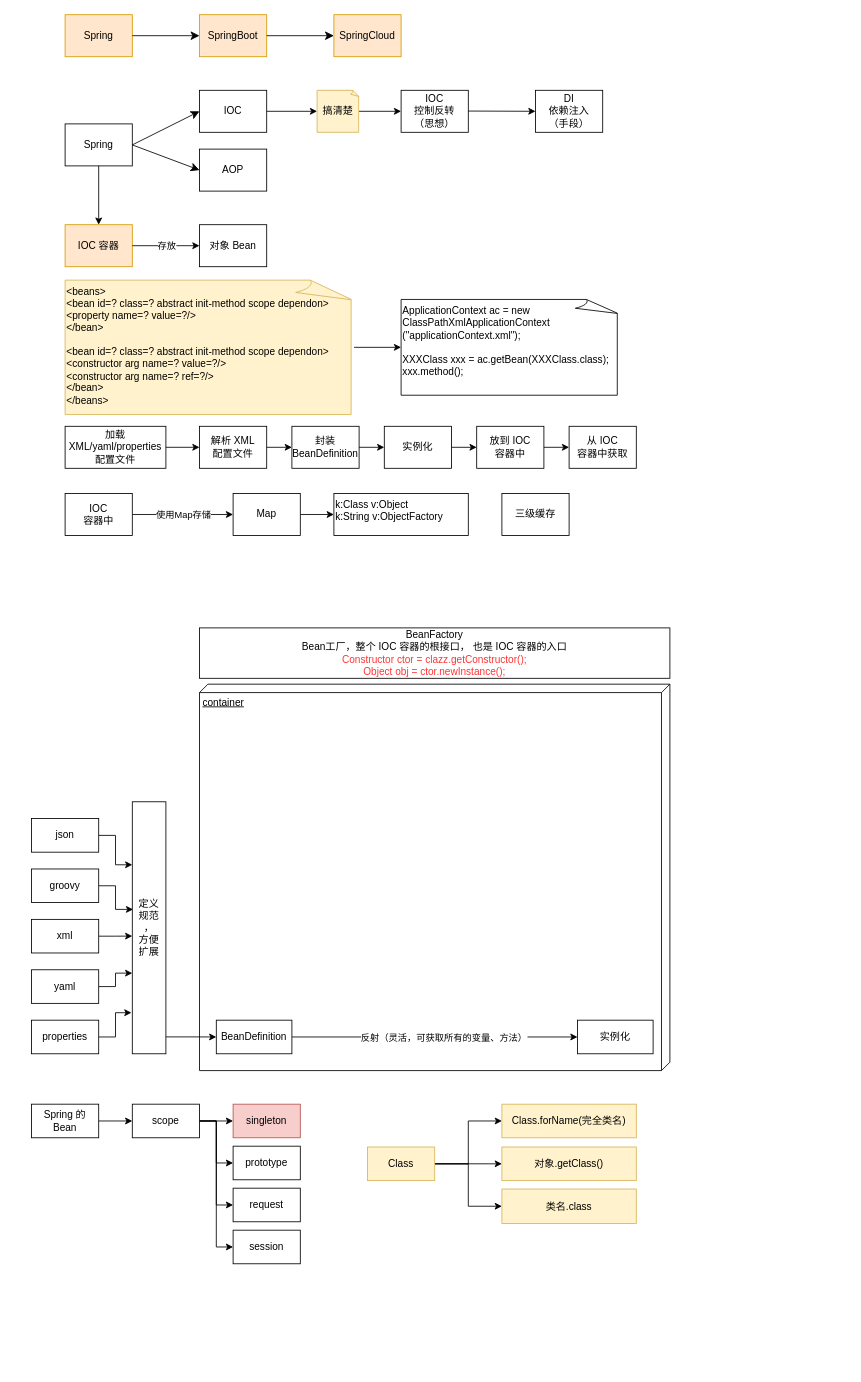
Earlier version of the draw.io diagram read_code/Spring-001.drawio (zhaolisong/UMLs). Source tidied: cells renumbered, new cells numbered last; positions are measured from the earlier drawing's top-left corner, leaving out a move shared by most shapes. Both pictures are drawn from the tidied source at 84%, with x=0, y=0 at pixel (31, 14).
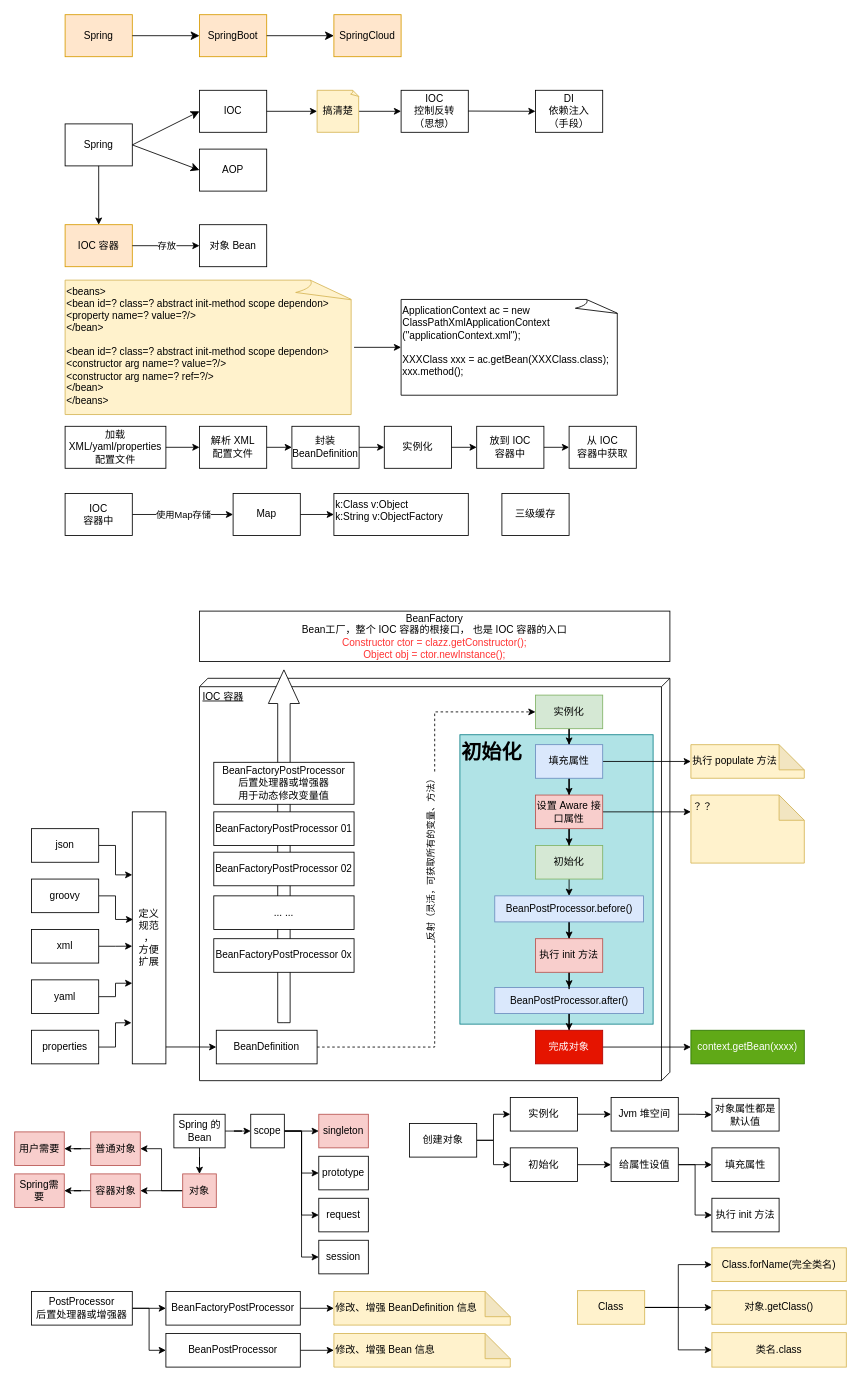
The same diagram, later.

The edit, as a diff of the source:
```diff
@@
+    <mxCell id="44" value="IOC 容器" style="verticalAlign=top;align=left;spacingTop=8;spacingLeft=2;spacingRight=12;shape=cube;size=10;direction=south;fontStyle=4;html=1;" parent="1" vertex="1">
+      <mxGeometry x="200" y="790" width="560" height="479" as="geometry" />
+    </mxCell>
+    <mxCell id="80" value="&lt;font style=&quot;font-size: 24px&quot;&gt;&lt;b&gt;初始化&lt;/b&gt;&lt;/font&gt;" style="rounded=0;whiteSpace=wrap;html=1;fillColor=#b0e3e6;strokeColor=#0e8088;align=left;verticalAlign=top;" parent="1" vertex="1">
+      <mxGeometry x="510" y="857.2" width="230" height="344.5" as="geometry" />
+    </mxCell>
@@
-    <mxCell id="44" value="container" style="verticalAlign=top;align=left;spacingTop=8;spacingLeft=2;spacingRight=12;shape=cube;size=10;direction=south;fontStyle=4;html=1;" parent="1" vertex="1">
-      <mxGeometry x="200" y="797" width="560" height="460" as="geometry" />
-    </mxCell>
@@
     <mxCell id="46" value="groovy" style="rounded=0;whiteSpace=wrap;html=1;" parent="1" vertex="1">
-      <mxGeometry y="1017" width="80" height="40" as="geometry" />
+      <mxGeometry y="1029" width="80" height="40" as="geometry" />
     </mxCell>
@@
     <mxCell id="48" value="xml" style="rounded=0;whiteSpace=wrap;html=1;" parent="1" vertex="1">
-      <mxGeometry y="1077" width="80" height="40" as="geometry" />
+      <mxGeometry y="1089" width="80" height="40" as="geometry" />
     </mxCell>
@@
     <mxCell id="50" value="yaml" style="rounded=0;whiteSpace=wrap;html=1;" parent="1" vertex="1">
-      <mxGeometry y="1137" width="80" height="40" as="geometry" />
+      <mxGeometry y="1149" width="80" height="40" as="geometry" />
     </mxCell>
@@
     <mxCell id="52" value="properties" style="rounded=0;whiteSpace=wrap;html=1;" parent="1" vertex="1">
-      <mxGeometry y="1197" width="80" height="40" as="geometry" />
+      <mxGeometry y="1209" width="80" height="40" as="geometry" />
     </mxCell>
@@
     <mxCell id="54" value="json" style="rounded=0;whiteSpace=wrap;html=1;" parent="1" vertex="1">
-      <mxGeometry y="957" width="80" height="40" as="geometry" />
+      <mxGeometry y="969" width="80" height="40" as="geometry" />
     </mxCell>
@@
     <mxCell id="56" value="定义&lt;br&gt;规范&lt;br&gt;，&lt;br&gt;方便&lt;br&gt;扩展" style="rounded=0;whiteSpace=wrap;html=1;" parent="1" vertex="1">
-      <mxGeometry x="120" y="937" width="40" height="300" as="geometry" />
+      <mxGeometry x="120" y="949" width="40" height="300" as="geometry" />
     </mxCell>
-    <mxCell id="57" style="edgeStyle=orthogonalEdgeStyle;rounded=0;jettySize=auto;html=1;endArrow=classic;endFill=1;entryX=0;entryY=0.5;entryDx=0;entryDy=0;" parent="1" edge="1" source="59" target="62">
-      <mxGeometry relative="1" as="geometry" />
+    <mxCell id="57" style="edgeStyle=orthogonalEdgeStyle;rounded=0;jettySize=auto;html=1;endArrow=classic;endFill=1;entryX=0;entryY=0.5;entryDx=0;entryDy=0;dashed=1;" parent="1" edge="1" source="59" target="62">
+      <mxGeometry relative="1" as="geometry">
+        <Array as="points">
+          <mxPoint x="480" y="1229" />
+          <mxPoint x="480" y="830" />
+        </Array>
+      </mxGeometry>
     </mxCell>
-    <mxCell id="58" value="反射（灵活，可获取所有的变量、方法）" style="edgeLabel;html=1;align=center;verticalAlign=middle;" parent="57" vertex="1">
+    <mxCell id="58" value="反射（灵活，可获取所有的变量、方法）" style="edgeLabel;html=1;align=center;verticalAlign=middle;horizontal=0;" parent="57" vertex="1">
       <mxGeometry x="0.22" y="1" relative="1" as="geometry">
-        <mxPoint x="-27" y="1" as="offset" />
+        <mxPoint x="-4" y="38" as="offset" />
       </mxGeometry>
     </mxCell>
     <mxCell id="59" value="BeanDefinition" style="rounded=0;whiteSpace=wrap;html=1;" parent="1" vertex="1">
-      <mxGeometry x="220" y="1197" width="90" height="40" as="geometry" />
+      <mxGeometry x="220" y="1209" width="120" height="40" as="geometry" />
     </mxCell>
@@
+    <mxCell id="81" style="edgeStyle=orthogonalEdgeStyle;rounded=0;jettySize=auto;html=1;entryX=0.5;entryY=0;entryDx=0;entryDy=0;fontSize=24;fontColor=#FF3333;endArrow=classic;endFill=1;" parent="1" edge="1" source="61" target="134">
+      <mxGeometry relative="1" as="geometry" />
+    </mxCell>
     <mxCell id="61" value="Spring 的 Bean" style="rounded=0;whiteSpace=wrap;html=1;" parent="1" vertex="1">
-      <mxGeometry y="1297" width="80" height="40" as="geometry" />
+      <mxGeometry x="169.5" y="1309" width="61" height="40" as="geometry" />
     </mxCell>
+    <mxCell id="82" style="edgeStyle=orthogonalEdgeStyle;rounded=0;jettySize=auto;html=1;fontColor=#FF3333;endArrow=classic;endFill=1;" parent="1" edge="1" source="62" target="117">
+      <mxGeometry relative="1" as="geometry" />
+    </mxCell>
-    <mxCell id="62" value="实例化" style="rounded=0;whiteSpace=wrap;html=1;" parent="1" vertex="1">
-      <mxGeometry x="650" y="1197" width="90" height="40" as="geometry" />
+    <mxCell id="62" value="实例化" style="rounded=0;whiteSpace=wrap;html=1;fillColor=#d5e8d4;strokeColor=#82b366;" parent="1" vertex="1">
+      <mxGeometry x="600" y="810" width="80" height="40" as="geometry" />
     </mxCell>
@@
     <mxCell id="67" value="scope" style="rounded=0;whiteSpace=wrap;html=1;" parent="1" vertex="1">
-      <mxGeometry x="120" y="1297" width="80" height="40" as="geometry" />
+      <mxGeometry x="261" y="1309" width="40" height="40" as="geometry" />
     </mxCell>
     <mxCell id="68" value="singleton" style="rounded=0;whiteSpace=wrap;html=1;fillColor=#f8cecc;strokeColor=#b85450;" parent="1" vertex="1">
-      <mxGeometry x="240" y="1297" width="80" height="40" as="geometry" />
+      <mxGeometry x="342" y="1309" width="59" height="40" as="geometry" />
     </mxCell>
     <mxCell id="69" value="prototype" style="rounded=0;whiteSpace=wrap;html=1;" parent="1" vertex="1">
-      <mxGeometry x="240" y="1347" width="80" height="40" as="geometry" />
+      <mxGeometry x="342" y="1359" width="59" height="40" as="geometry" />
     </mxCell>
     <mxCell id="70" value="request" style="rounded=0;whiteSpace=wrap;html=1;" parent="1" vertex="1">
-      <mxGeometry x="240" y="1397" width="80" height="40" as="geometry" />
+      <mxGeometry x="342" y="1409" width="59" height="40" as="geometry" />
     </mxCell>
     <mxCell id="71" value="session" style="rounded=0;whiteSpace=wrap;html=1;" parent="1" vertex="1">
-      <mxGeometry x="240" y="1447" width="80" height="40" as="geometry" />
+      <mxGeometry x="342" y="1459" width="59" height="40" as="geometry" />
     </mxCell>
@@
     <mxCell id="75" value="Class" style="rounded=0;whiteSpace=wrap;html=1;fillColor=#fff2cc;strokeColor=#d6b656;" parent="1" vertex="1">
-      <mxGeometry x="400" y="1348" width="80" height="40" as="geometry" />
+      <mxGeometry x="650" y="1519" width="80" height="40" as="geometry" />
     </mxCell>
     <mxCell id="76" value="Class.forName(完全类名)" style="rounded=0;whiteSpace=wrap;html=1;fillColor=#fff2cc;strokeColor=#d6b656;" parent="1" vertex="1">
-      <mxGeometry x="560" y="1297" width="160" height="40" as="geometry" />
+      <mxGeometry x="810" y="1468" width="160" height="40" as="geometry" />
     </mxCell>
     <mxCell id="77" value="对象.getClass()" style="rounded=0;whiteSpace=wrap;html=1;fillColor=#fff2cc;strokeColor=#d6b656;" parent="1" vertex="1">
-      <mxGeometry x="560" y="1348" width="160" height="40" as="geometry" />
+      <mxGeometry x="810" y="1519" width="160" height="40" as="geometry" />
     </mxCell>
     <mxCell id="78" value="类名.class" style="rounded=0;whiteSpace=wrap;html=1;fillColor=#fff2cc;strokeColor=#d6b656;" parent="1" vertex="1">
-      <mxGeometry x="560" y="1398" width="160" height="41" as="geometry" />
+      <mxGeometry x="810" y="1569" width="160" height="41" as="geometry" />
     </mxCell>
     <mxCell id="79" value="BeanFactory&lt;br&gt;Bean工厂，整个&amp;nbsp;IOC&amp;nbsp;容器的根接口， 也是 IOC 容器的入口&lt;br&gt;&lt;font color=&quot;#ff3333&quot;&gt;Constructor ctor = clazz.getConstructor();&lt;br&gt;Object obj = ctor.newInstance();&lt;/font&gt;" style="rounded=0;whiteSpace=wrap;html=1;" parent="1" vertex="1">
-      <mxGeometry x="200" y="730" width="560" height="60" as="geometry" />
+      <mxGeometry x="200" y="710" width="560" height="60" as="geometry" />
     </mxCell>
+    <mxCell id="83" style="html=1;shadow=0;dashed=0;align=center;verticalAlign=middle;shape=mxgraph.arrows2.arrow;dy=0.6;dx=40;direction=north;notch=0;fontColor=#FF3333;" parent="1" vertex="1">
+      <mxGeometry x="282" y="780" width="37" height="420" as="geometry" />
+    </mxCell>
+    <mxCell id="84" value="BeanFactoryPostProcessor&lt;br&gt;后置处理器或增强器&lt;br&gt;用于动态修改变量值" style="rounded=0;whiteSpace=wrap;html=1;" parent="1" vertex="1">
+      <mxGeometry x="217" y="890" width="167" height="50" as="geometry" />
+    </mxCell>
+    <mxCell id="85" style="edgeStyle=orthogonalEdgeStyle;rounded=0;jettySize=auto;html=1;entryX=0;entryY=0.5;entryDx=0;entryDy=0;fontColor=#FF3333;endArrow=classic;endFill=1;" parent="1" edge="1" source="87" target="89">
+      <mxGeometry relative="1" as="geometry" />
+    </mxCell>
+    <mxCell id="86" style="edgeStyle=orthogonalEdgeStyle;rounded=0;jettySize=auto;html=1;entryX=0;entryY=0.5;entryDx=0;entryDy=0;fontColor=#FF3333;endArrow=classic;endFill=1;" parent="1" edge="1" source="87" target="91">
+      <mxGeometry relative="1" as="geometry" />
+    </mxCell>
+    <mxCell id="87" value="PostProcessor&lt;br&gt;后置处理器或增强器" style="rounded=0;whiteSpace=wrap;html=1;" parent="1" vertex="1">
+      <mxGeometry y="1520" width="120" height="40" as="geometry" />
+    </mxCell>
+    <mxCell id="88" style="edgeStyle=orthogonalEdgeStyle;rounded=0;jettySize=auto;html=1;entryX=0;entryY=0.5;entryDx=0;entryDy=0;entryPerimeter=0;fontColor=#FF3333;endArrow=classic;endFill=1;" parent="1" edge="1" source="89" target="92">
+      <mxGeometry relative="1" as="geometry" />
+    </mxCell>
+    <mxCell id="89" value="BeanFactoryPostProcessor" style="rounded=0;whiteSpace=wrap;html=1;" parent="1" vertex="1">
+      <mxGeometry x="160" y="1520" width="160" height="40" as="geometry" />
+    </mxCell>
+    <mxCell id="90" style="edgeStyle=orthogonalEdgeStyle;rounded=0;jettySize=auto;html=1;entryX=0;entryY=0.5;entryDx=0;entryDy=0;entryPerimeter=0;fontColor=#FF3333;endArrow=classic;endFill=1;" parent="1" edge="1" source="91" target="93">
+      <mxGeometry relative="1" as="geometry" />
+    </mxCell>
+    <mxCell id="91" value="BeanPostProcessor" style="rounded=0;whiteSpace=wrap;html=1;" parent="1" vertex="1">
+      <mxGeometry x="160" y="1570" width="160" height="40" as="geometry" />
+    </mxCell>
+    <mxCell id="92" value="修改、增强 BeanDefinition 信息" style="shape=note;whiteSpace=wrap;html=1;backgroundOutline=1;darkOpacity=0.05;fillColor=#fff2cc;strokeColor=#d6b656;align=left;" parent="1" vertex="1">
+      <mxGeometry x="360" y="1520" width="210" height="40" as="geometry" />
+    </mxCell>
+    <mxCell id="93" value="修改、增强 Bean 信息" style="shape=note;whiteSpace=wrap;html=1;backgroundOutline=1;darkOpacity=0.05;fillColor=#fff2cc;strokeColor=#d6b656;align=left;" parent="1" vertex="1">
+      <mxGeometry x="360" y="1570" width="210" height="40" as="geometry" />
+    </mxCell>
+    <mxCell id="94" value="BeanFactoryPostProcessor 01" style="rounded=0;whiteSpace=wrap;html=1;" parent="1" vertex="1">
+      <mxGeometry x="217" y="949" width="167" height="40" as="geometry" />
+    </mxCell>
+    <mxCell id="95" value="BeanFactoryPostProcessor 02" style="rounded=0;whiteSpace=wrap;html=1;" parent="1" vertex="1">
+      <mxGeometry x="217" y="997" width="167" height="40" as="geometry" />
+    </mxCell>
+    <mxCell id="96" value="BeanFactoryPostProcessor 0x" style="rounded=0;whiteSpace=wrap;html=1;" parent="1" vertex="1">
+      <mxGeometry x="217" y="1100" width="167" height="40" as="geometry" />
+    </mxCell>
+    <mxCell id="97" value="... ..." style="rounded=0;whiteSpace=wrap;html=1;" parent="1" vertex="1">
+      <mxGeometry x="217" y="1049" width="167" height="40" as="geometry" />
+    </mxCell>
+    <mxCell id="98" style="edgeStyle=orthogonalEdgeStyle;rounded=0;jettySize=auto;html=1;entryX=0;entryY=0.5;entryDx=0;entryDy=0;fontColor=#FF3333;endArrow=classic;endFill=1;" parent="1" edge="1" source="99" target="103">
+      <mxGeometry relative="1" as="geometry" />
+    </mxCell>
+    <mxCell id="99" value="实例化" style="rounded=0;whiteSpace=wrap;html=1;" parent="1" vertex="1">
+      <mxGeometry x="570" y="1289" width="80" height="40" as="geometry" />
+    </mxCell>
+    <mxCell id="100" style="edgeStyle=orthogonalEdgeStyle;rounded=0;jettySize=auto;html=1;entryX=0;entryY=0.5;entryDx=0;entryDy=0;fontColor=#FF3333;endArrow=classic;endFill=1;" parent="1" edge="1" source="101" target="107">
+      <mxGeometry relative="1" as="geometry" />
+    </mxCell>
+    <mxCell id="101" value="初始化" style="rounded=0;whiteSpace=wrap;html=1;" parent="1" vertex="1">
+      <mxGeometry x="570" y="1349" width="80" height="40" as="geometry" />
+    </mxCell>
+    <mxCell id="102" style="edgeStyle=orthogonalEdgeStyle;rounded=0;jettySize=auto;html=1;entryX=0;entryY=0.5;entryDx=0;entryDy=0;fontColor=#FF3333;endArrow=classic;endFill=1;" parent="1" edge="1" source="103" target="104">
+      <mxGeometry relative="1" as="geometry" />
+    </mxCell>
+    <mxCell id="103" value="Jvm 堆空间" style="rounded=0;whiteSpace=wrap;html=1;" parent="1" vertex="1">
+      <mxGeometry x="690" y="1289" width="80" height="40" as="geometry" />
+    </mxCell>
+    <mxCell id="104" value="对象属性都是默认值" style="rounded=0;whiteSpace=wrap;html=1;" parent="1" vertex="1">
+      <mxGeometry x="810" y="1290" width="80" height="39" as="geometry" />
+    </mxCell>
+    <mxCell id="105" style="edgeStyle=orthogonalEdgeStyle;rounded=0;jettySize=auto;html=1;entryX=0;entryY=0.5;entryDx=0;entryDy=0;fontColor=#FF3333;endArrow=classic;endFill=1;" parent="1" edge="1" source="107" target="108">
+      <mxGeometry relative="1" as="geometry" />
+    </mxCell>
+    <mxCell id="106" style="edgeStyle=orthogonalEdgeStyle;rounded=0;jettySize=auto;html=1;entryX=0;entryY=0.5;entryDx=0;entryDy=0;fontColor=#FF3333;endArrow=classic;endFill=1;" parent="1" edge="1" source="107" target="109">
+      <mxGeometry relative="1" as="geometry" />
+    </mxCell>
+    <mxCell id="107" value="给属性设值" style="rounded=0;whiteSpace=wrap;html=1;" parent="1" vertex="1">
+      <mxGeometry x="690" y="1349" width="80" height="40" as="geometry" />
+    </mxCell>
+    <mxCell id="108" value="填充属性" style="rounded=0;whiteSpace=wrap;html=1;" parent="1" vertex="1">
+      <mxGeometry x="810" y="1349" width="80" height="40" as="geometry" />
+    </mxCell>
+    <mxCell id="109" value="执行 init 方法" style="rounded=0;whiteSpace=wrap;html=1;" parent="1" vertex="1">
+      <mxGeometry x="810" y="1409" width="80" height="40" as="geometry" />
+    </mxCell>
+    <mxCell id="110" style="edgeStyle=orthogonalEdgeStyle;rounded=0;jettySize=auto;html=1;fontColor=#FF3333;endArrow=classic;endFill=1;" parent="1" edge="1" source="112" target="99">
+      <mxGeometry relative="1" as="geometry" />
+    </mxCell>
+    <mxCell id="111" style="edgeStyle=orthogonalEdgeStyle;rounded=0;jettySize=auto;html=1;entryX=0;entryY=0.5;entryDx=0;entryDy=0;fontColor=#FF3333;endArrow=classic;endFill=1;" parent="1" edge="1" source="112" target="101">
+      <mxGeometry relative="1" as="geometry" />
+    </mxCell>
+    <mxCell id="112" value="创建对象" style="rounded=0;whiteSpace=wrap;html=1;" parent="1" vertex="1">
+      <mxGeometry x="450" y="1320" width="80" height="40" as="geometry" />
+    </mxCell>
+    <mxCell id="113" style="edgeStyle=orthogonalEdgeStyle;rounded=0;jettySize=auto;html=1;fontColor=#FF3333;endArrow=classic;endFill=1;exitX=0.5;exitY=1;exitDx=0;exitDy=0;entryX=0.5;entryY=0;entryDx=0;entryDy=0;" parent="1" edge="1" source="114" target="124">
+      <mxGeometry relative="1" as="geometry" />
+    </mxCell>
+    <mxCell id="114" value="初始化" style="rounded=0;whiteSpace=wrap;html=1;fillColor=#d5e8d4;strokeColor=#82b366;" parent="1" vertex="1">
+      <mxGeometry x="600" y="989" width="80" height="40" as="geometry" />
+    </mxCell>
+    <mxCell id="115" style="edgeStyle=orthogonalEdgeStyle;rounded=0;jettySize=auto;html=1;entryX=0;entryY=0.5;entryDx=0;entryDy=0;entryPerimeter=0;fontColor=#FF3333;endArrow=classic;endFill=1;" parent="1" edge="1" source="117" target="118">
+      <mxGeometry relative="1" as="geometry" />
+    </mxCell>
+    <mxCell id="116" style="edgeStyle=orthogonalEdgeStyle;rounded=0;jettySize=auto;html=1;entryX=0.5;entryY=0;entryDx=0;entryDy=0;fontColor=#FF3333;endArrow=classic;endFill=1;" parent="1" edge="1" source="117" target="121">
+      <mxGeometry relative="1" as="geometry" />
+    </mxCell>
+    <mxCell id="117" value="填充属性" style="rounded=0;whiteSpace=wrap;html=1;fillColor=#dae8fc;strokeColor=#6c8ebf;" parent="1" vertex="1">
+      <mxGeometry x="600" y="869" width="80" height="40" as="geometry" />
+    </mxCell>
+    <mxCell id="118" value="执行 populate 方法" style="shape=note;whiteSpace=wrap;html=1;backgroundOutline=1;darkOpacity=0.05;fillColor=#fff2cc;strokeColor=#d6b656;align=left;" parent="1" vertex="1">
+      <mxGeometry x="785" y="869" width="135" height="40" as="geometry" />
+    </mxCell>
+    <mxCell id="119" style="edgeStyle=orthogonalEdgeStyle;rounded=0;jettySize=auto;html=1;fontColor=#FF3333;endArrow=classic;endFill=1;entryX=0;entryY=0.247;entryDx=0;entryDy=0;entryPerimeter=0;" parent="1" edge="1" source="121" target="122">
+      <mxGeometry relative="1" as="geometry" />
+    </mxCell>
+    <mxCell id="120" style="edgeStyle=orthogonalEdgeStyle;rounded=0;jettySize=auto;html=1;entryX=0.5;entryY=0;entryDx=0;entryDy=0;fontColor=#FF3333;endArrow=classic;endFill=1;" parent="1" edge="1" source="121" target="114">
+      <mxGeometry relative="1" as="geometry" />
+    </mxCell>
+    <mxCell id="121" value="设置 Aware 接口属性" style="rounded=0;whiteSpace=wrap;html=1;fillColor=#f8cecc;strokeColor=#b85450;" parent="1" vertex="1">
+      <mxGeometry x="600" y="929" width="80" height="40" as="geometry" />
+    </mxCell>
+    <mxCell id="122" value="？？" style="shape=note;whiteSpace=wrap;html=1;backgroundOutline=1;darkOpacity=0.05;fillColor=#fff2cc;strokeColor=#d6b656;align=left;verticalAlign=top;" parent="1" vertex="1">
+      <mxGeometry x="785" y="929" width="135" height="81" as="geometry" />
+    </mxCell>
+    <mxCell id="123" style="edgeStyle=orthogonalEdgeStyle;rounded=0;jettySize=auto;html=1;fontColor=#FF3333;endArrow=classic;endFill=1;" parent="1" edge="1" source="124" target="128">
+      <mxGeometry relative="1" as="geometry" />
+    </mxCell>
+    <mxCell id="124" value="BeanPostProcessor.before()" style="rounded=0;whiteSpace=wrap;html=1;fillColor=#dae8fc;strokeColor=#6c8ebf;" parent="1" vertex="1">
+      <mxGeometry x="551.5" y="1049" width="177" height="31" as="geometry" />
+    </mxCell>
+    <mxCell id="125" style="edgeStyle=orthogonalEdgeStyle;rounded=0;jettySize=auto;html=1;fontColor=#FF3333;endArrow=classic;endFill=1;" parent="1" edge="1" source="126" target="130">
+      <mxGeometry relative="1" as="geometry" />
+    </mxCell>
+    <mxCell id="126" value="BeanPostProcessor.after()" style="rounded=0;whiteSpace=wrap;html=1;fillColor=#dae8fc;strokeColor=#6c8ebf;" parent="1" vertex="1">
+      <mxGeometry x="551.5" y="1158" width="177" height="31" as="geometry" />
+    </mxCell>
+    <mxCell id="127" style="edgeStyle=orthogonalEdgeStyle;rounded=0;jettySize=auto;html=1;fontColor=#FF3333;endArrow=classic;endFill=1;" parent="1" edge="1" source="128" target="126">
+      <mxGeometry relative="1" as="geometry" />
+    </mxCell>
+    <mxCell id="128" value="执行 init 方法" style="rounded=0;whiteSpace=wrap;html=1;fillColor=#f8cecc;strokeColor=#b85450;" parent="1" vertex="1">
+      <mxGeometry x="600" y="1100" width="80" height="40" as="geometry" />
+    </mxCell>
+    <mxCell id="129" style="edgeStyle=orthogonalEdgeStyle;rounded=0;jettySize=auto;html=1;entryX=0;entryY=0.5;entryDx=0;entryDy=0;fontColor=#FF3333;endArrow=classic;endFill=1;" parent="1" edge="1" source="130" target="131">
+      <mxGeometry relative="1" as="geometry" />
+    </mxCell>
+    <mxCell id="130" value="完成对象" style="rounded=0;whiteSpace=wrap;html=1;fillColor=#e51400;fontColor=#ffffff;strokeColor=#B20000;" parent="1" vertex="1">
+      <mxGeometry x="600" y="1209" width="80" height="40" as="geometry" />
+    </mxCell>
+    <mxCell id="131" value="context.getBean(xxxx)" style="rounded=0;whiteSpace=wrap;html=1;fillColor=#60a917;fontColor=#ffffff;strokeColor=#2D7600;" parent="1" vertex="1">
+      <mxGeometry x="785" y="1209" width="135" height="40" as="geometry" />
+    </mxCell>
+    <mxCell id="132" style="edgeStyle=orthogonalEdgeStyle;rounded=0;jettySize=auto;html=1;entryX=1;entryY=0.5;entryDx=0;entryDy=0;fontSize=24;fontColor=#FF3333;endArrow=classic;endFill=1;" parent="1" edge="1" source="134" target="138">
+      <mxGeometry relative="1" as="geometry" />
+    </mxCell>
+    <mxCell id="133" style="edgeStyle=orthogonalEdgeStyle;rounded=0;jettySize=auto;html=1;entryX=1;entryY=0.5;entryDx=0;entryDy=0;fontSize=24;fontColor=#FF3333;endArrow=classic;endFill=1;" parent="1" edge="1" source="134" target="136">
+      <mxGeometry relative="1" as="geometry" />
+    </mxCell>
+    <mxCell id="134" value="对象" style="rounded=0;whiteSpace=wrap;html=1;fillColor=#f8cecc;strokeColor=#b85450;" parent="1" vertex="1">
+      <mxGeometry x="180" y="1380" width="40" height="40" as="geometry" />
+    </mxCell>
+    <mxCell id="135" style="edgeStyle=orthogonalEdgeStyle;rounded=0;jettySize=auto;html=1;fontSize=24;fontColor=#FF3333;endArrow=classic;endFill=1;entryX=1;entryY=0.5;entryDx=0;entryDy=0;" parent="1" edge="1" source="136" target="139">
+      <mxGeometry relative="1" as="geometry" />
+    </mxCell>
+    <mxCell id="136" value="普通对象" style="rounded=0;whiteSpace=wrap;html=1;fillColor=#f8cecc;strokeColor=#b85450;" parent="1" vertex="1">
+      <mxGeometry x="70.5" y="1330" width="59" height="40" as="geometry" />
+    </mxCell>
+    <mxCell id="137" style="edgeStyle=orthogonalEdgeStyle;rounded=0;jettySize=auto;html=1;entryX=1;entryY=0.5;entryDx=0;entryDy=0;fontSize=24;fontColor=#FF3333;endArrow=classic;endFill=1;" parent="1" edge="1" source="138" target="140">
+      <mxGeometry relative="1" as="geometry" />
+    </mxCell>
+    <mxCell id="138" value="容器对象" style="rounded=0;whiteSpace=wrap;html=1;fillColor=#f8cecc;strokeColor=#b85450;" parent="1" vertex="1">
+      <mxGeometry x="70.5" y="1380" width="59" height="40" as="geometry" />
+    </mxCell>
+    <mxCell id="139" value="用户需要" style="rounded=0;whiteSpace=wrap;html=1;fillColor=#f8cecc;strokeColor=#b85450;" parent="1" vertex="1">
+      <mxGeometry x="-20" y="1330" width="59" height="40" as="geometry" />
+    </mxCell>
+    <mxCell id="140" value="Spring需要" style="rounded=0;whiteSpace=wrap;html=1;fillColor=#f8cecc;strokeColor=#b85450;" parent="1" vertex="1">
+      <mxGeometry x="-20" y="1380" width="59" height="40" as="geometry" />
+    </mxCell>
```
